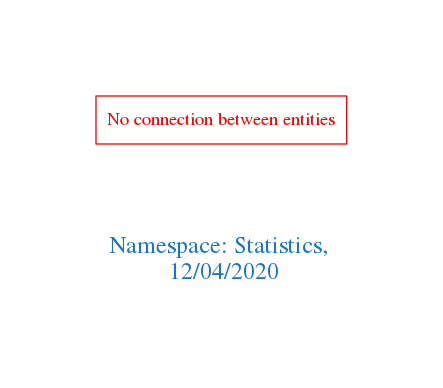
Above: downloads/Statistics.png in arago/OGIT (Graphviz), before the change. Its source is kept beside it as downloads/Statistics.dot.
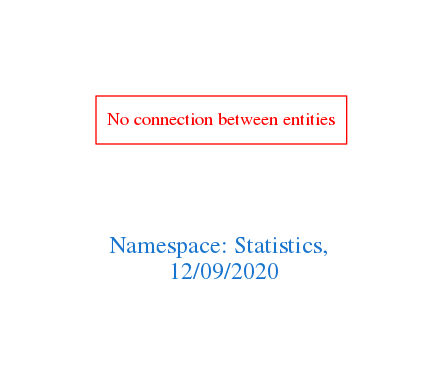
Later version of the same file.

The edit, as a diff of the source:
```diff
@@ -1,7 +1,7 @@
 digraph OGIT_ontology {
  graph [ rankdir= LR,pad=1
 fontsize = 18,
-fontcolor= dodgerblue3,label = "\n\n\nNamespace: Statistics, \n 12/04/2020"];
+fontcolor= dodgerblue3,label = "\n\n\nNamespace: Statistics, \n 12/09/2020"];
 node[shape=polygon];
 edge [  color="gray81"];
 
```
